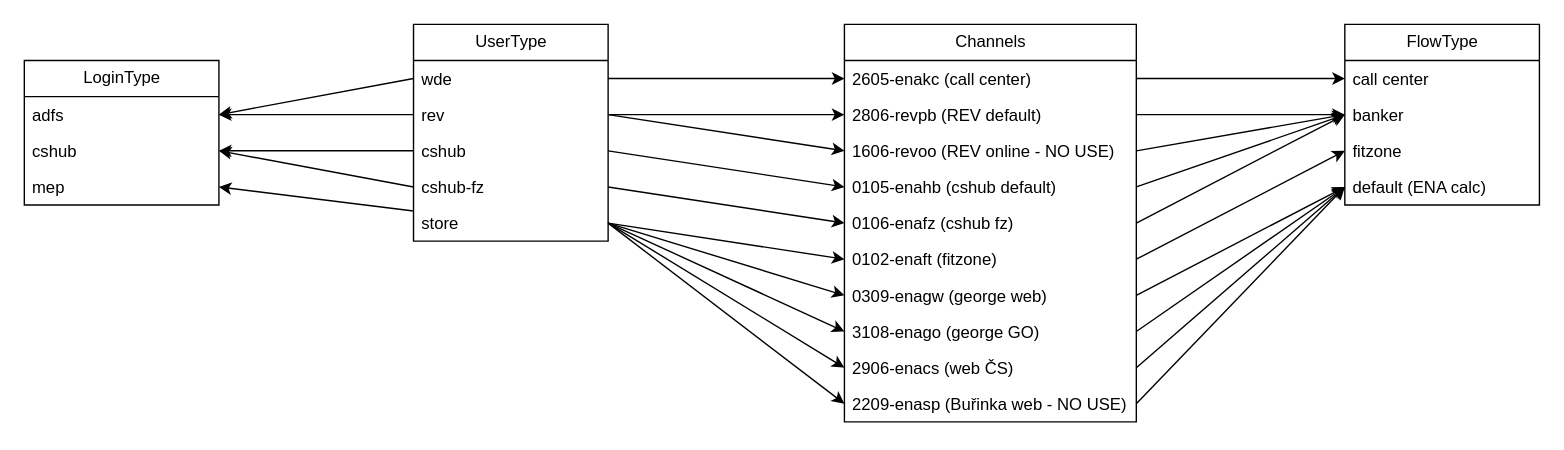
Earlier version of the draw.io diagram ENA_model.drawio (ondrejtuma-ext43301/diagrams). Source tidied: cells renumbered, new cells numbered last; positions are measured from the earlier drawing's top-left corner, leaving out a move shared by most shapes. Both pictures are drawn from the tidied source at 139%, with x=0, y=0 at pixel (24, 24).
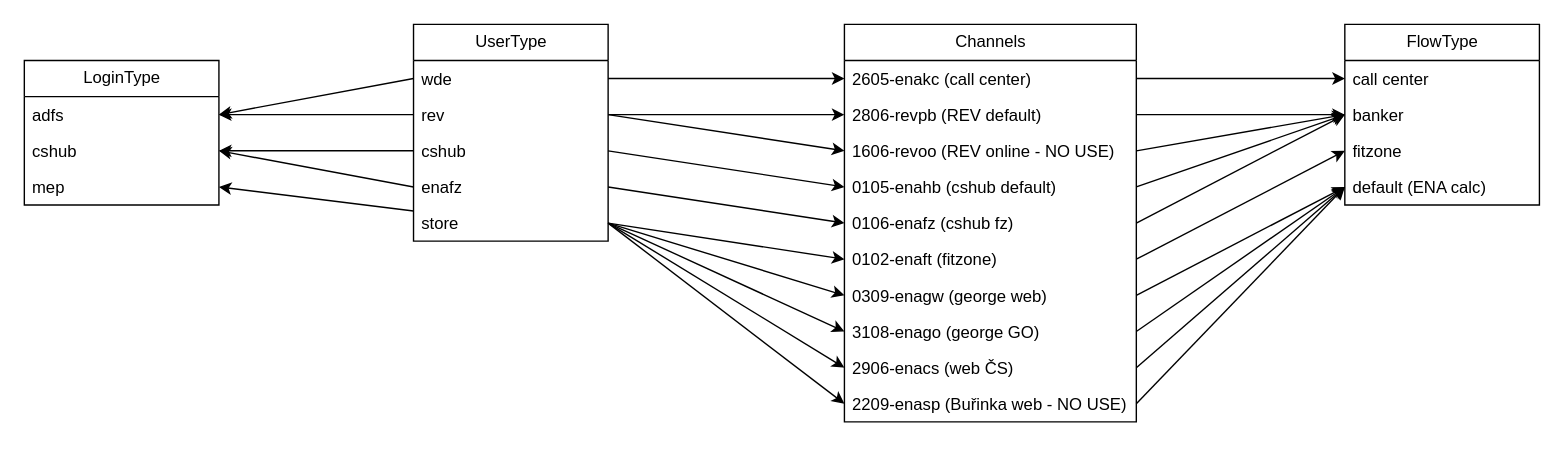
After the change.

Commit message:
chore: rename user type cshub-fz to enafz

Unchanged cells that the change refers to:
```xml
<mxCell id="2" value="UserType" style="swimlane;fontStyle=0;horizontal=1;startSize=26;fillColor=none;html=1;" parent="1" vertex="1">
  <mxGeometry x="280" width="140" height="156" as="geometry" />
</mxCell>
```

What changed in the source:
```diff
@@
-    <mxCell id="6" value="cshub-fz" style="text;strokeColor=none;fillColor=none;align=left;verticalAlign=top;spacingLeft=4;spacingRight=4;overflow=hidden;points=[[0,0.5],[1,0.5]];portConstraint=eastwest;whiteSpace=wrap;html=1;" parent="2" vertex="1">
+    <mxCell id="6" value="enafz" style="text;strokeColor=none;fillColor=none;align=left;verticalAlign=top;spacingLeft=4;spacingRight=4;overflow=hidden;points=[[0,0.5],[1,0.5]];portConstraint=eastwest;whiteSpace=wrap;html=1;" parent="2" vertex="1">
       <mxGeometry y="104" width="140" height="26" as="geometry" />
     </mxCell>
```
